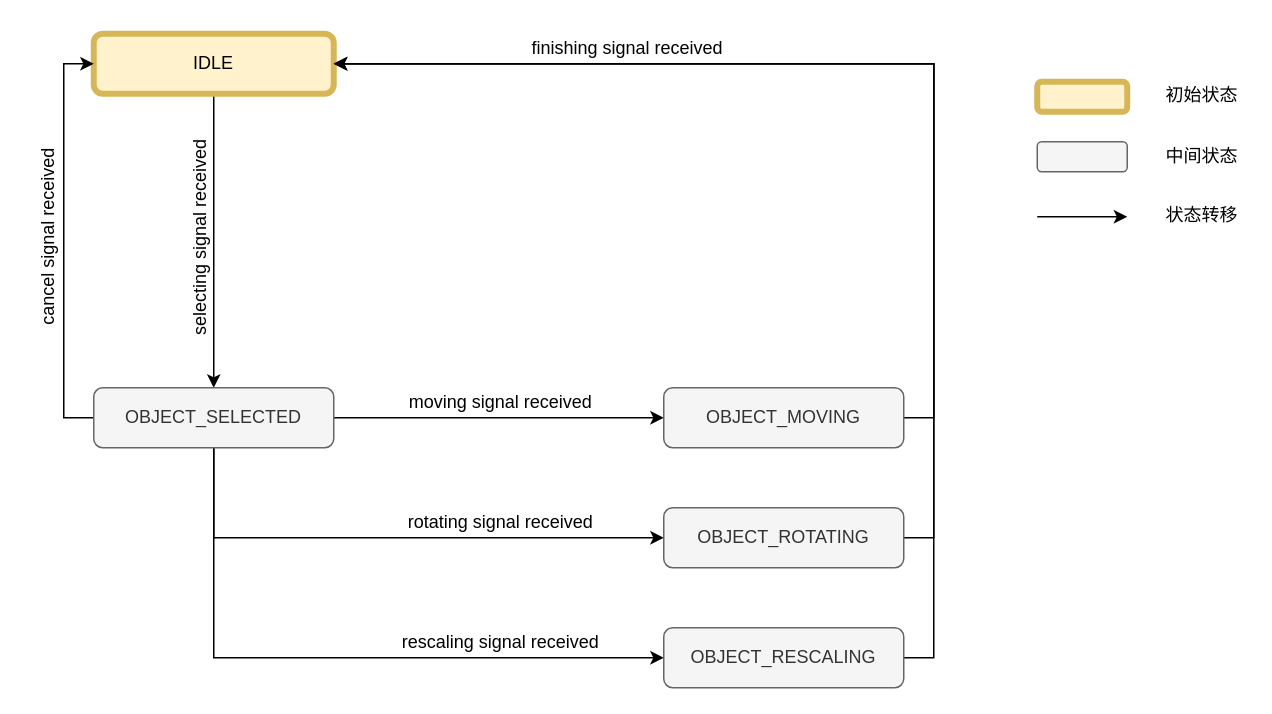
Before: PAPERWORK/论文图例/system_state_machine.drawio in lorenz-liu/gaze-dominant-manipulation, a draw.io diagram. Source tidied: cells renumbered, new cells numbered last; positions are measured from the earlier drawing's top-left corner, leaving out a move shared by most shapes. Both pictures are drawn from the tidied source at 150%, with x=0, y=0 at pixel (-129, 26).
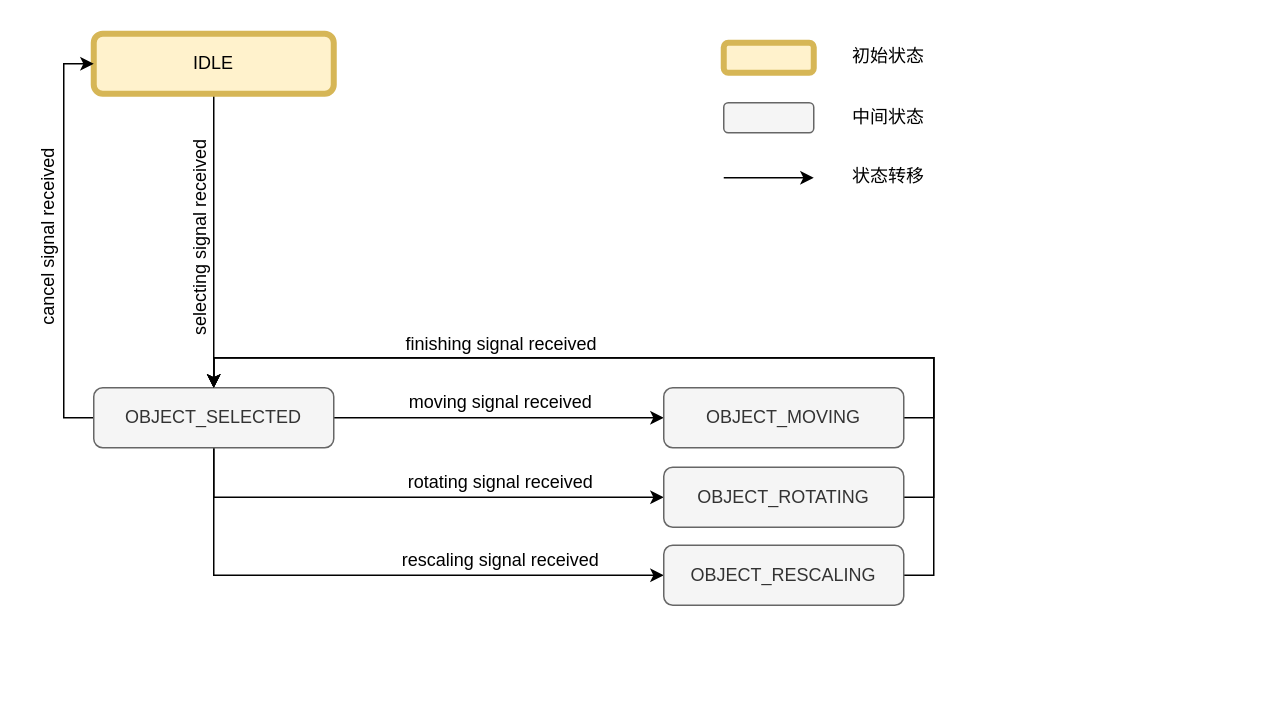
After the change.

The change refers to these unchanged cells:
```xml
<mxCell id="3" value="IDLE" style="rounded=1;whiteSpace=wrap;html=1;fillColor=#fff2cc;strokeColor=#d6b656;strokeWidth=4;" parent="1" vertex="1">
  <mxGeometry x="148" y="5" width="160" height="40" as="geometry" />
</mxCell>
<mxCell id="8" value="OBJECT_SELECTED" style="rounded=1;whiteSpace=wrap;html=1;fillColor=#f5f5f5;fontColor=#333333;strokeColor=#666666;" parent="1" vertex="1">
  <mxGeometry x="148" y="241" width="160" height="40" as="geometry" />
</mxCell>
<mxCell id="11" value="OBJECT_MOVING" style="rounded=1;whiteSpace=wrap;html=1;fillColor=#f5f5f5;fontColor=#333333;strokeColor=#666666;" parent="1" vertex="1">
  <mxGeometry x="528" y="241" width="160" height="40" as="geometry" />
</mxCell>
```

Change to the diagram source:
```diff
@@
     <mxCell id="9" value="finishing signal received" style="text;html=1;strokeColor=none;fillColor=none;align=center;verticalAlign=middle;whiteSpace=wrap;rounded=0;rotation=0;" parent="1" vertex="1">
-      <mxGeometry x="429" width="150" height="30" as="geometry" />
+      <mxGeometry x="344.5" y="197" width="150" height="30" as="geometry" />
     </mxCell>
-    <mxCell id="10" style="edgeStyle=orthogonalEdgeStyle;rounded=0;jettySize=auto;html=1;exitX=1;exitY=0.5;exitDx=0;exitDy=0;entryX=1;entryY=0.5;entryDx=0;entryDy=0;" parent="1" edge="1" source="11" target="3">
-      <mxGeometry relative="1" as="geometry" />
-    </mxCell>
+    <mxCell id="27" style="edgeStyle=orthogonalEdgeStyle;rounded=0;jettySize=auto;html=1;exitX=1;exitY=0.5;exitDx=0;exitDy=0;entryX=0.5;entryY=0;entryDx=0;entryDy=0;" parent="1" edge="1" source="11" target="8">
+      <mxGeometry relative="1" as="geometry">
+        <Array as="points">
+          <mxPoint x="708" y="261" />
+          <mxPoint x="708" y="221" />
+          <mxPoint x="228" y="221" />
+        </Array>
+      </mxGeometry>
+    </mxCell>
@@
     <mxCell id="15" style="rounded=1;whiteSpace=wrap;html=1;fillColor=#fff2cc;strokeColor=#d6b656;strokeWidth=4;" parent="1" vertex="1">
-      <mxGeometry x="777" y="37" width="60" height="20" as="geometry" />
+      <mxGeometry x="568" y="11" width="60" height="20" as="geometry" />
     </mxCell>
     <mxCell id="16" style="rounded=1;whiteSpace=wrap;html=1;fillColor=#f5f5f5;fontColor=#333333;strokeColor=#666666;" parent="1" vertex="1">
-      <mxGeometry x="777" y="77" width="60" height="20" as="geometry" />
+      <mxGeometry x="568" y="51" width="60" height="20" as="geometry" />
     </mxCell>
     <mxCell id="17" style="endArrow=classic;html=1;rounded=0;" parent="1" edge="1">
       <mxGeometry relative="1" as="geometry">
-        <mxPoint x="777" y="127" as="sourcePoint" />
-        <mxPoint x="837" y="127" as="targetPoint" />
+        <mxPoint x="568" y="101" as="sourcePoint" />
+        <mxPoint x="628" y="101" as="targetPoint" />
       </mxGeometry>
     </mxCell>
     <mxCell id="18" value="初始状态" style="text;html=1;strokeColor=none;fillColor=none;align=center;verticalAlign=middle;whiteSpace=wrap;rounded=0;" parent="1" vertex="1">
-      <mxGeometry x="857" y="31" width="60" height="30" as="geometry" />
+      <mxGeometry x="648" y="5" width="60" height="30" as="geometry" />
     </mxCell>
     <mxCell id="19" value="中间状态" style="text;html=1;strokeColor=none;fillColor=none;align=center;verticalAlign=middle;whiteSpace=wrap;rounded=0;" parent="1" vertex="1">
-      <mxGeometry x="857" y="72" width="60" height="30" as="geometry" />
+      <mxGeometry x="648" y="46" width="60" height="30" as="geometry" />
     </mxCell>
     <mxCell id="20" value="状态转移" style="text;html=1;strokeColor=none;fillColor=none;align=center;verticalAlign=middle;whiteSpace=wrap;rounded=0;" parent="1" vertex="1">
-      <mxGeometry x="857" y="111" width="60" height="30" as="geometry" />
+      <mxGeometry x="648" y="85" width="60" height="30" as="geometry" />
     </mxCell>
-    <mxCell id="21" style="edgeStyle=orthogonalEdgeStyle;rounded=0;jettySize=auto;html=1;exitX=1;exitY=0.5;exitDx=0;exitDy=0;entryX=1;entryY=0.5;entryDx=0;entryDy=0;" parent="1" edge="1" source="22" target="3">
-      <mxGeometry relative="1" as="geometry" />
-    </mxCell>
+    <mxCell id="28" style="edgeStyle=orthogonalEdgeStyle;rounded=0;jettySize=auto;html=1;exitX=1;exitY=0.5;exitDx=0;exitDy=0;entryX=0.5;entryY=0;entryDx=0;entryDy=0;" parent="1" edge="1" source="22" target="8">
+      <mxGeometry relative="1" as="geometry" />
+    </mxCell>
     <mxCell id="22" value="OBJECT_ROTATING" style="rounded=1;whiteSpace=wrap;html=1;fillColor=#f5f5f5;fontColor=#333333;strokeColor=#666666;" parent="1" vertex="1">
-      <mxGeometry x="528" y="321" width="160" height="40" as="geometry" />
+      <mxGeometry x="528" y="294" width="160" height="40" as="geometry" />
     </mxCell>
     <mxCell id="23" value="rotating signal received" style="text;html=1;strokeColor=none;fillColor=none;align=center;verticalAlign=middle;whiteSpace=wrap;rounded=0;rotation=0;" parent="1" vertex="1">
-      <mxGeometry x="302" y="316" width="235" height="30" as="geometry" />
+      <mxGeometry x="302" y="289" width="235" height="30" as="geometry" />
     </mxCell>
-    <mxCell id="24" style="edgeStyle=orthogonalEdgeStyle;rounded=0;jettySize=auto;html=1;exitX=1;exitY=0.5;exitDx=0;exitDy=0;entryX=1;entryY=0.5;entryDx=0;entryDy=0;" parent="1" edge="1" source="25" target="3">
-      <mxGeometry relative="1" as="geometry" />
-    </mxCell>
+    <mxCell id="29" style="edgeStyle=orthogonalEdgeStyle;rounded=0;jettySize=auto;html=1;exitX=1;exitY=0.5;exitDx=0;exitDy=0;entryX=0.5;entryY=0;entryDx=0;entryDy=0;" parent="1" edge="1" source="25" target="8">
+      <mxGeometry relative="1" as="geometry" />
+    </mxCell>
     <mxCell id="25" value="OBJECT_RESCALING" style="rounded=1;whiteSpace=wrap;html=1;fillColor=#f5f5f5;fontColor=#333333;strokeColor=#666666;" parent="1" vertex="1">
-      <mxGeometry x="528" y="401" width="160" height="40" as="geometry" />
+      <mxGeometry x="528" y="346" width="160" height="40" as="geometry" />
     </mxCell>
     <mxCell id="26" value="rescaling signal received" style="text;html=1;strokeColor=none;fillColor=none;align=center;verticalAlign=middle;whiteSpace=wrap;rounded=0;rotation=0;" parent="1" vertex="1">
-      <mxGeometry x="302" y="396" width="235" height="30" as="geometry" />
+      <mxGeometry x="302" y="341" width="235" height="30" as="geometry" />
     </mxCell>
```
